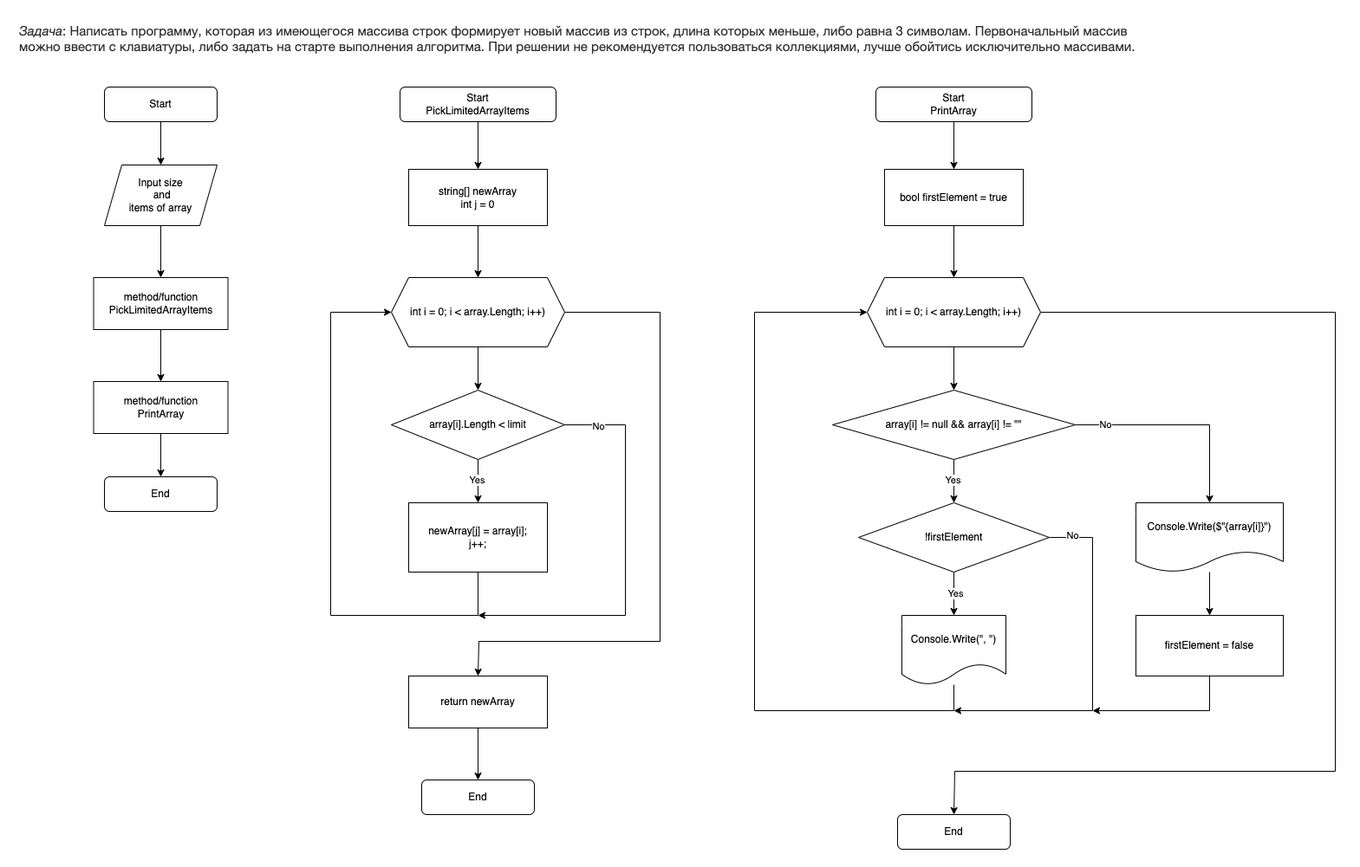
The draw.io diagram 1qTestFlawchart.png in b00t0/1qTest, before a commit. Source tidied: cells renumbered, new cells last; positions are measured from the earlier drawing's top-left corner, leaving out a move shared by most shapes. Its diagram source:
```xml
<mxGraphModel>
  <root>
    <mxCell id="0" />
    <mxCell id="1" parent="0" />
    <mxCell id="2" style="edgeStyle=orthogonalEdgeStyle;rounded=0;jettySize=auto;html=1;" parent="1" edge="1" source="3" target="6">
      <mxGeometry relative="1" as="geometry" />
    </mxCell>
    <mxCell id="3" value="Start" style="rounded=1;whiteSpace=wrap;html=1;" parent="1" vertex="1">
      <mxGeometry x="100" y="80" width="130" height="40" as="geometry" />
    </mxCell>
    <mxCell id="4" value="&lt;em style=&quot;box-sizing: border-box; color: rgb(44, 45, 48); font-family: Onest, Roboto, &amp;quot;San Francisco&amp;quot;, &amp;quot;Helvetica Neue&amp;quot;, Helvetica, Arial; font-size: 15px; font-variant-ligatures: normal; font-variant-caps: normal; font-weight: 400; letter-spacing: normal; orphans: 2; text-align: start; text-indent: 0px; text-transform: none; widows: 2; word-spacing: 0px; -webkit-text-stroke-width: 0px; white-space: normal; background-color: rgb(255, 255, 255); text-decoration-thickness: initial; text-decoration-style: initial; text-decoration-color: initial;&quot;&gt;Задача&lt;/em&gt;&lt;span style=&quot;color: rgb(44, 45, 48); font-family: Onest, Roboto, &amp;quot;San Francisco&amp;quot;, &amp;quot;Helvetica Neue&amp;quot;, Helvetica, Arial; font-size: 15px; font-style: normal; font-variant-ligatures: normal; font-variant-caps: normal; font-weight: 400; letter-spacing: normal; orphans: 2; text-align: start; text-indent: 0px; text-transform: none; widows: 2; word-spacing: 0px; -webkit-text-stroke-width: 0px; white-space: normal; background-color: rgb(255, 255, 255); text-decoration-thickness: initial; text-decoration-style: initial; text-decoration-color: initial; display: inline !important; float: none;&quot;&gt;: Написать программу, которая из имеющегося массива строк формирует новый массив из строк, длина которых меньше, либо равна 3 символам. Первоначальный массив можно ввести с клавиатуры, либо задать на старте выполнения алгоритма. При решении не рекомендуется пользоваться коллекциями, лучше обойтись исключительно массивами.&lt;/span&gt;" style="text;whiteSpace=wrap;html=1;" parent="1" vertex="1">
      <mxGeometry width="1290" height="60" as="geometry" />
    </mxCell>
    <mxCell id="5" style="edgeStyle=orthogonalEdgeStyle;rounded=0;jettySize=auto;html=1;" parent="1" edge="1" source="6" target="8">
      <mxGeometry relative="1" as="geometry" />
    </mxCell>
    <mxCell id="6" value="Input size&lt;div&gt;&amp;nbsp;and&lt;div&gt;items of array&lt;/div&gt;&lt;/div&gt;" style="shape=parallelogram;perimeter=parallelogramPerimeter;whiteSpace=wrap;html=1;fixedSize=1;" parent="1" vertex="1">
      <mxGeometry x="100" y="170" width="130" height="70" as="geometry" />
    </mxCell>
    <mxCell id="7" style="edgeStyle=orthogonalEdgeStyle;rounded=0;jettySize=auto;html=1;" parent="1" edge="1" source="8" target="10">
      <mxGeometry relative="1" as="geometry" />
    </mxCell>
    <mxCell id="8" value="method/function&lt;div&gt;Pick&lt;span style=&quot;background-color: initial;&quot;&gt;LimitedArrayItems&lt;/span&gt;&lt;/div&gt;" style="rounded=0;whiteSpace=wrap;html=1;" parent="1" vertex="1">
      <mxGeometry x="87.5" y="300" width="155" height="60" as="geometry" />
    </mxCell>
    <mxCell id="9" style="edgeStyle=orthogonalEdgeStyle;rounded=0;jettySize=auto;html=1;" parent="1" edge="1" source="10" target="11">
      <mxGeometry relative="1" as="geometry" />
    </mxCell>
    <mxCell id="10" value="method/function&lt;div&gt;PrintArray&lt;/div&gt;" style="rounded=0;whiteSpace=wrap;html=1;" parent="1" vertex="1">
      <mxGeometry x="87.5" y="420" width="155" height="60" as="geometry" />
    </mxCell>
    <mxCell id="11" value="End" style="rounded=1;whiteSpace=wrap;html=1;" parent="1" vertex="1">
      <mxGeometry x="100" y="530" width="130" height="40" as="geometry" />
    </mxCell>
    <mxCell id="12" style="edgeStyle=orthogonalEdgeStyle;rounded=0;jettySize=auto;html=1;" parent="1" edge="1" source="13" target="15">
      <mxGeometry relative="1" as="geometry" />
    </mxCell>
    <mxCell id="13" value="Start&lt;div&gt;PickLimitedArrayItems&lt;/div&gt;" style="rounded=1;whiteSpace=wrap;html=1;" parent="1" vertex="1">
      <mxGeometry x="441" y="80" width="180" height="40" as="geometry" />
    </mxCell>
    <mxCell id="14" style="edgeStyle=orthogonalEdgeStyle;rounded=0;jettySize=auto;html=1;" parent="1" edge="1" source="15" target="18">
      <mxGeometry relative="1" as="geometry" />
    </mxCell>
    <mxCell id="15" value="string[] newArray&lt;div&gt;int j = 0&lt;/div&gt;" style="rounded=0;whiteSpace=wrap;html=1;" parent="1" vertex="1">
      <mxGeometry x="451" y="175" width="160" height="65" as="geometry" />
    </mxCell>
    <mxCell id="16" style="edgeStyle=orthogonalEdgeStyle;rounded=0;jettySize=auto;html=1;" parent="1" edge="1" source="18" target="23">
      <mxGeometry relative="1" as="geometry" />
    </mxCell>
    <mxCell id="17" style="edgeStyle=orthogonalEdgeStyle;rounded=0;jettySize=auto;html=1;exitX=1;exitY=0.5;exitDx=0;exitDy=0;" parent="1" edge="1" source="18">
      <mxGeometry relative="1" as="geometry">
        <mxPoint x="531" y="760" as="targetPoint" />
        <Array as="points">
          <mxPoint x="741" y="340" />
          <mxPoint x="741" y="720" />
          <mxPoint x="532" y="720" />
        </Array>
      </mxGeometry>
    </mxCell>
    <mxCell id="18" value="int i = 0; i &amp;lt; array.Length; i++)" style="shape=hexagon;perimeter=hexagonPerimeter2;whiteSpace=wrap;html=1;fixedSize=1;" parent="1" vertex="1">
      <mxGeometry x="431" y="300" width="200" height="80" as="geometry" />
    </mxCell>
    <mxCell id="19" style="edgeStyle=orthogonalEdgeStyle;rounded=0;jettySize=auto;html=1;" parent="1" edge="1" source="23" target="25">
      <mxGeometry relative="1" as="geometry" />
    </mxCell>
    <mxCell id="20" value="Yes" style="edgeLabel;html=1;align=center;verticalAlign=middle;" parent="19" vertex="1">
      <mxGeometry x="-0.08" y="-2" relative="1" as="geometry" />
    </mxCell>
    <mxCell id="21" style="edgeStyle=orthogonalEdgeStyle;rounded=0;jettySize=auto;html=1;exitX=1;exitY=0.5;exitDx=0;exitDy=0;" parent="1" edge="1" source="23">
      <mxGeometry relative="1" as="geometry">
        <mxPoint x="531" y="690" as="targetPoint" />
        <Array as="points">
          <mxPoint x="701" y="470" />
          <mxPoint x="701" y="690" />
        </Array>
      </mxGeometry>
    </mxCell>
    <mxCell id="22" value="No" style="edgeLabel;html=1;align=center;verticalAlign=middle;" parent="21" vertex="1">
      <mxGeometry x="-0.83" y="-1" relative="1" as="geometry" />
    </mxCell>
    <mxCell id="23" value="array[i].Length &amp;lt; limit" style="rhombus;whiteSpace=wrap;html=1;" parent="1" vertex="1">
      <mxGeometry x="431" y="430" width="200" height="80" as="geometry" />
    </mxCell>
    <mxCell id="24" style="edgeStyle=orthogonalEdgeStyle;rounded=0;jettySize=auto;html=1;entryX=0;entryY=0.5;entryDx=0;entryDy=0;" parent="1" edge="1" source="25" target="18">
      <mxGeometry relative="1" as="geometry">
        <Array as="points">
          <mxPoint x="531" y="690" />
          <mxPoint x="361" y="690" />
          <mxPoint x="361" y="340" />
        </Array>
      </mxGeometry>
    </mxCell>
    <mxCell id="25" value="&lt;div&gt;newArray[j] = array[i];&lt;/div&gt;&lt;div&gt;&lt;span style=&quot;background-color: initial;&quot;&gt;j++;&lt;/span&gt;&lt;/div&gt;" style="rounded=0;whiteSpace=wrap;html=1;" parent="1" vertex="1">
      <mxGeometry x="451" y="560" width="160" height="80" as="geometry" />
    </mxCell>
    <mxCell id="26" style="edgeStyle=orthogonalEdgeStyle;rounded=0;jettySize=auto;html=1;" parent="1" edge="1" source="27" target="28">
      <mxGeometry relative="1" as="geometry" />
    </mxCell>
    <mxCell id="27" value="return newArray" style="rounded=0;whiteSpace=wrap;html=1;" parent="1" vertex="1">
      <mxGeometry x="451" y="760" width="160" height="60" as="geometry" />
    </mxCell>
    <mxCell id="28" value="End" style="rounded=1;whiteSpace=wrap;html=1;" parent="1" vertex="1">
      <mxGeometry x="466" y="880" width="130" height="40" as="geometry" />
    </mxCell>
    <mxCell id="29" style="edgeStyle=orthogonalEdgeStyle;rounded=0;jettySize=auto;html=1;" parent="1" edge="1" source="30" target="32">
      <mxGeometry relative="1" as="geometry" />
    </mxCell>
    <mxCell id="30" value="Start&lt;div&gt;PrintArray&lt;/div&gt;" style="rounded=1;whiteSpace=wrap;html=1;" parent="1" vertex="1">
      <mxGeometry x="990" y="80" width="180" height="40" as="geometry" />
    </mxCell>
    <mxCell id="31" style="edgeStyle=orthogonalEdgeStyle;rounded=0;jettySize=auto;html=1;" parent="1" edge="1" source="32" target="35">
      <mxGeometry relative="1" as="geometry" />
    </mxCell>
    <mxCell id="32" value="bool firstElement = true" style="rounded=0;whiteSpace=wrap;html=1;" parent="1" vertex="1">
      <mxGeometry x="1000" y="175" width="160" height="65" as="geometry" />
    </mxCell>
    <mxCell id="33" style="edgeStyle=orthogonalEdgeStyle;rounded=0;jettySize=auto;html=1;" parent="1" edge="1" source="35" target="40">
      <mxGeometry relative="1" as="geometry" />
    </mxCell>
    <mxCell id="34" style="edgeStyle=orthogonalEdgeStyle;rounded=0;jettySize=auto;html=1;exitX=1;exitY=0.5;exitDx=0;exitDy=0;entryX=0.5;entryY=0;entryDx=0;entryDy=0;" parent="1" edge="1" source="35">
      <mxGeometry relative="1" as="geometry">
        <mxPoint x="1080" y="920" as="targetPoint" />
        <Array as="points">
          <mxPoint x="1520" y="340" />
          <mxPoint x="1520" y="870" />
          <mxPoint x="1081" y="870" />
        </Array>
      </mxGeometry>
    </mxCell>
    <mxCell id="35" value="int i = 0; i &amp;lt; array.Length; i++)" style="shape=hexagon;perimeter=hexagonPerimeter2;whiteSpace=wrap;html=1;fixedSize=1;" parent="1" vertex="1">
      <mxGeometry x="980" y="300" width="200" height="80" as="geometry" />
    </mxCell>
    <mxCell id="36" style="edgeStyle=orthogonalEdgeStyle;rounded=0;jettySize=auto;html=1;" parent="1" edge="1" source="40">
      <mxGeometry relative="1" as="geometry">
        <mxPoint x="1080" y="560" as="targetPoint" />
      </mxGeometry>
    </mxCell>
    <mxCell id="37" value="Yes" style="edgeLabel;html=1;align=center;verticalAlign=middle;" parent="36" vertex="1">
      <mxGeometry x="-0.08" y="-2" relative="1" as="geometry" />
    </mxCell>
    <mxCell id="38" style="edgeStyle=orthogonalEdgeStyle;rounded=0;jettySize=auto;html=1;" parent="1" edge="1" source="40" target="50">
      <mxGeometry relative="1" as="geometry" />
    </mxCell>
    <mxCell id="39" value="No" style="edgeLabel;html=1;align=center;verticalAlign=middle;" parent="38" vertex="1">
      <mxGeometry x="-0.72" y="1" relative="1" as="geometry" />
    </mxCell>
    <mxCell id="40" value="array[i] != null &amp;amp;&amp;amp; array[i] != &quot;&quot;" style="rhombus;whiteSpace=wrap;html=1;" parent="1" vertex="1">
      <mxGeometry x="940" y="430" width="280" height="80" as="geometry" />
    </mxCell>
    <mxCell id="41" value="End" style="rounded=1;whiteSpace=wrap;html=1;" parent="1" vertex="1">
      <mxGeometry x="1015" y="920" width="130" height="40" as="geometry" />
    </mxCell>
    <mxCell id="42" style="edgeStyle=orthogonalEdgeStyle;rounded=0;jettySize=auto;html=1;" parent="1" edge="1" source="46" target="48">
      <mxGeometry relative="1" as="geometry" />
    </mxCell>
    <mxCell id="43" value="Yes" style="edgeLabel;html=1;align=center;verticalAlign=middle;" parent="42" vertex="1">
      <mxGeometry x="-0.04" y="1" relative="1" as="geometry" />
    </mxCell>
    <mxCell id="44" style="edgeStyle=orthogonalEdgeStyle;rounded=0;jettySize=auto;html=1;exitX=1;exitY=0.5;exitDx=0;exitDy=0;" parent="1" edge="1" source="46">
      <mxGeometry relative="1" as="geometry">
        <mxPoint x="1080" y="800" as="targetPoint" />
        <Array as="points">
          <mxPoint x="1240" y="600" />
          <mxPoint x="1240" y="800" />
        </Array>
      </mxGeometry>
    </mxCell>
    <mxCell id="45" value="No" style="edgeLabel;html=1;align=center;verticalAlign=middle;" parent="44" vertex="1">
      <mxGeometry x="-0.87" y="3" relative="1" as="geometry" />
    </mxCell>
    <mxCell id="46" value="!firstElement" style="rhombus;whiteSpace=wrap;html=1;" parent="1" vertex="1">
      <mxGeometry x="970" y="560" width="220" height="80" as="geometry" />
    </mxCell>
    <mxCell id="47" style="edgeStyle=orthogonalEdgeStyle;rounded=0;jettySize=auto;html=1;entryX=0;entryY=0.5;entryDx=0;entryDy=0;" parent="1" edge="1" source="48" target="35">
      <mxGeometry relative="1" as="geometry">
        <Array as="points">
          <mxPoint x="1080" y="800" />
          <mxPoint x="850" y="800" />
          <mxPoint x="850" y="340" />
        </Array>
      </mxGeometry>
    </mxCell>
    <mxCell id="48" value="Console.Write(&quot;, &quot;)" style="shape=document;whiteSpace=wrap;html=1;boundedLbl=1;" parent="1" vertex="1">
      <mxGeometry x="1020" y="690" width="120" height="80" as="geometry" />
    </mxCell>
    <mxCell id="49" style="edgeStyle=orthogonalEdgeStyle;rounded=0;jettySize=auto;html=1;" parent="1" edge="1" source="50" target="52">
      <mxGeometry relative="1" as="geometry" />
    </mxCell>
    <mxCell id="50" value="Console.Write($&quot;{array[i]}&quot;)" style="shape=document;whiteSpace=wrap;html=1;boundedLbl=1;" parent="1" vertex="1">
      <mxGeometry x="1290" y="560" width="170" height="80" as="geometry" />
    </mxCell>
    <mxCell id="51" style="edgeStyle=orthogonalEdgeStyle;rounded=0;jettySize=auto;html=1;" parent="1" edge="1" source="52">
      <mxGeometry relative="1" as="geometry">
        <mxPoint x="1240" y="800" as="targetPoint" />
        <Array as="points">
          <mxPoint x="1375" y="800" />
        </Array>
      </mxGeometry>
    </mxCell>
    <mxCell id="52" value="firstElement = false" style="whiteSpace=wrap;html=1;" parent="1" vertex="1">
      <mxGeometry x="1290" y="690" width="170" height="70" as="geometry" />
    </mxCell>
  </root>
</mxGraphModel>
```
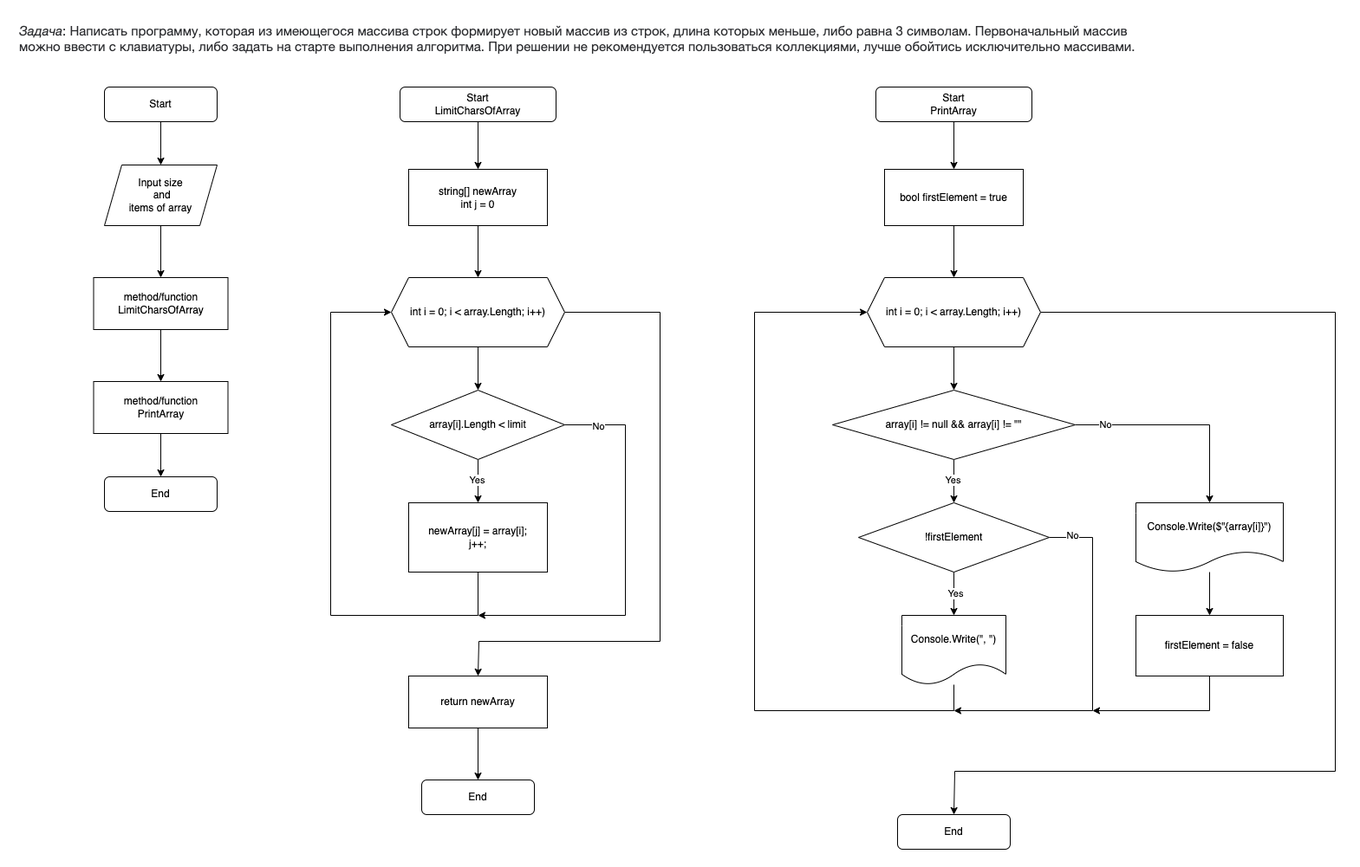
After the change.

Change to the diagram source:
```diff
@@ -20,7 +20,7 @@
     <mxCell id="7" style="edgeStyle=orthogonalEdgeStyle;rounded=0;jettySize=auto;html=1;" parent="1" edge="1" source="8" target="10">
       <mxGeometry relative="1" as="geometry" />
     </mxCell>
-    <mxCell id="8" value="method/function&lt;div&gt;Pick&lt;span style=&quot;background-color: initial;&quot;&gt;LimitedArrayItems&lt;/span&gt;&lt;/div&gt;" style="rounded=0;whiteSpace=wrap;html=1;" parent="1" vertex="1">
+    <mxCell id="8" value="method/function&lt;div&gt;LimitCharsOfArray&lt;/div&gt;" style="rounded=0;whiteSpace=wrap;html=1;" parent="1" vertex="1">
       <mxGeometry x="87.5" y="300" width="155" height="60" as="geometry" />
     </mxCell>
     <mxCell id="9" style="edgeStyle=orthogonalEdgeStyle;rounded=0;jettySize=auto;html=1;" parent="1" edge="1" source="10" target="11">
@@ -35,7 +35,7 @@
     <mxCell id="12" style="edgeStyle=orthogonalEdgeStyle;rounded=0;jettySize=auto;html=1;" parent="1" edge="1" source="13" target="15">
       <mxGeometry relative="1" as="geometry" />
     </mxCell>
-    <mxCell id="13" value="Start&lt;div&gt;PickLimitedArrayItems&lt;/div&gt;" style="rounded=1;whiteSpace=wrap;html=1;" parent="1" vertex="1">
+    <mxCell id="13" value="Start&lt;div&gt;LimitCharsOfArray&lt;br&gt;&lt;/div&gt;" style="rounded=1;whiteSpace=wrap;html=1;" parent="1" vertex="1">
       <mxGeometry x="441" y="80" width="180" height="40" as="geometry" />
     </mxCell>
     <mxCell id="14" style="edgeStyle=orthogonalEdgeStyle;rounded=0;jettySize=auto;html=1;" parent="1" edge="1" source="15" target="18">
```
